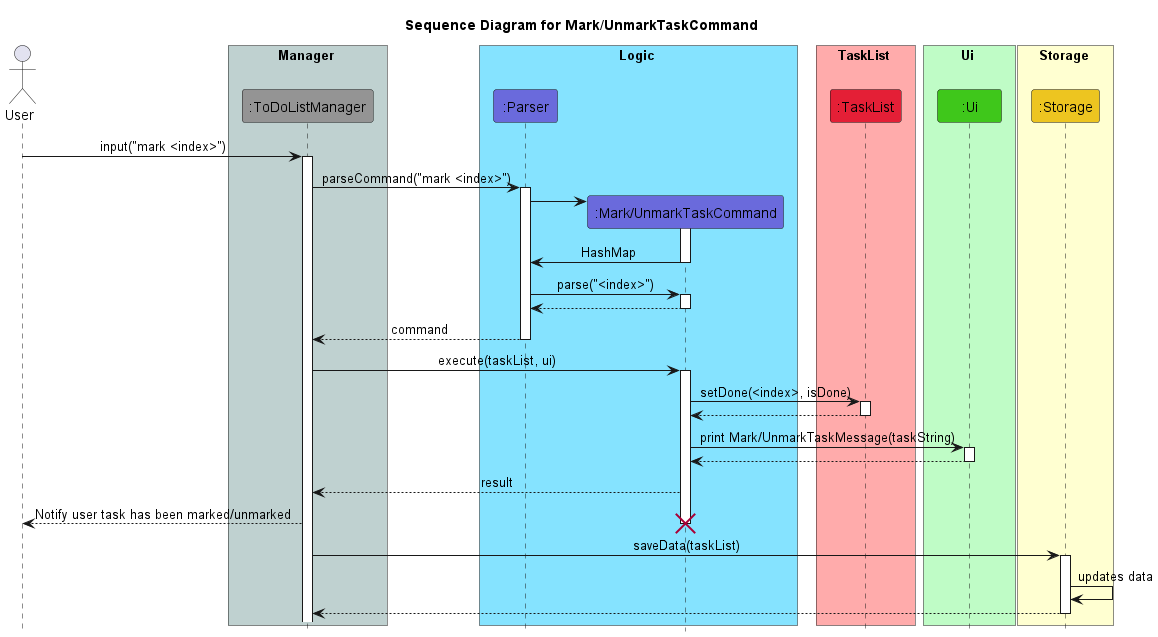
This is docs/images/MarkorUnmarkTaskCommandSequence.png from nus-cs2113-AY2223S2/tp, a PlantUML export, as it was before one commit. The source it was exported from:
```plantuml
@startuml
!include Style.puml

title Sequence Diagram for Mark/UnmarkTaskCommand

actor User

box Manager COLOR_MAIN_LIGHT
participant ":ToDoListManager" as ToDoListManager COLOR_MAIN
end box

box Logic COLOR_LOGIC_LIGHT
participant ":Parser" as Parser COLOR_LOGIC
participant ":Mark/UnmarkTaskCommand" as MarkTaskCommand COLOR_LOGIC
end box

box TaskList COLOR_TASK_LIST_LIGHT
participant ":TaskList" as TaskList COLOR_TASK_LIST
end box

box Ui COLOR_UI_LIGHT
participant ":Ui" as Ui COLOR_UI
end box

box Storage COLOR_STORAGE_LIGHT
participant ":Storage" as Storage COLOR_STORAGE
end box

User -> ToDoListManager: input("mark <index>")
activate ToDoListManager
ToDoListManager -> Parser : parseCommand("mark <index>")
activate Parser
create MarkTaskCommand
Parser -> MarkTaskCommand
activate MarkTaskCommand
MarkTaskCommand -> Parser : HashMap
deactivate MarkTaskCommand
Parser -> MarkTaskCommand : parse("<index>")
activate MarkTaskCommand
MarkTaskCommand --> Parser
deactivate MarkTaskCommand
Parser --> ToDoListManager : command
deactivate Parser
ToDoListManager -> MarkTaskCommand : execute(taskList, ui)
activate MarkTaskCommand
MarkTaskCommand -> TaskList: setDone(<index>, isDone)
activate TaskList
TaskList --> MarkTaskCommand
deactivate TaskList
MarkTaskCommand -> Ui : print Mark/UnmarkTaskMessage(taskString)
activate Ui
Ui --> MarkTaskCommand
deactivate Ui
MarkTaskCommand --> ToDoListManager : result
ToDoListManager --> User : Notify user task has been marked/unmarked
deactivate MarkTaskCommand
destroy MarkTaskCommand
ToDoListManager ->Storage : saveData(taskList)
activate Storage
Storage -> Storage : updates data
Storage --> ToDoListManager
deactivate Storage

@enduml
```
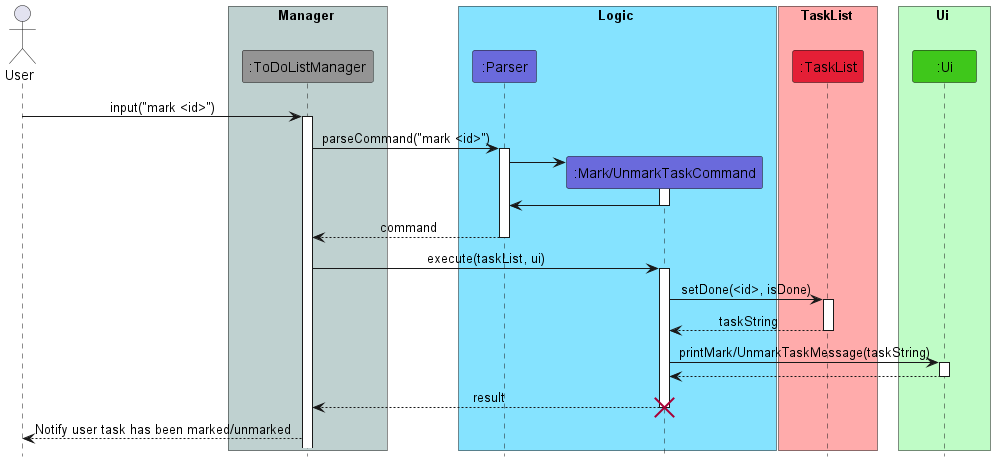
The same file after the commit.

Diff of the diagram source:
```diff
@@ -1,7 +1,5 @@
 @startuml
 !include Style.puml
-
-title Sequence Diagram for Mark/UnmarkTaskCommand
 
 actor User
 
@@ -22,43 +20,29 @@
 participant ":Ui" as Ui COLOR_UI
 end box
 
-box Storage COLOR_STORAGE_LIGHT
-participant ":Storage" as Storage COLOR_STORAGE
-end box
-
-User -> ToDoListManager: input("mark <index>")
+User -> ToDoListManager: input("mark <id>")
 activate ToDoListManager
-ToDoListManager -> Parser : parseCommand("mark <index>")
+ToDoListManager -> Parser : parseCommand("mark <id>")
 activate Parser
 create MarkTaskCommand
 Parser -> MarkTaskCommand
 activate MarkTaskCommand
-MarkTaskCommand -> Parser : HashMap
-deactivate MarkTaskCommand
-Parser -> MarkTaskCommand : parse("<index>")
-activate MarkTaskCommand
-MarkTaskCommand --> Parser
+MarkTaskCommand -> Parser
 deactivate MarkTaskCommand
 Parser --> ToDoListManager : command
 deactivate Parser
 ToDoListManager -> MarkTaskCommand : execute(taskList, ui)
 activate MarkTaskCommand
-MarkTaskCommand -> TaskList: setDone(<index>, isDone)
+MarkTaskCommand -> TaskList: setDone(<id>, isDone)
 activate TaskList
-TaskList --> MarkTaskCommand
+TaskList --> MarkTaskCommand : taskString
 deactivate TaskList
-MarkTaskCommand -> Ui : print Mark/UnmarkTaskMessage(taskString)
+MarkTaskCommand -> Ui : printMark/UnmarkTaskMessage(taskString)
 activate Ui
 Ui --> MarkTaskCommand
 deactivate Ui
 MarkTaskCommand --> ToDoListManager : result
-ToDoListManager --> User : Notify user task has been marked/unmarked
 deactivate MarkTaskCommand
 destroy MarkTaskCommand
-ToDoListManager ->Storage : saveData(taskList)
-activate Storage
-Storage -> Storage : updates data
-Storage --> ToDoListManager
-deactivate Storage
-
+ToDoListManager --> User : Notify user task has been marked/unmarked
 @enduml
```
